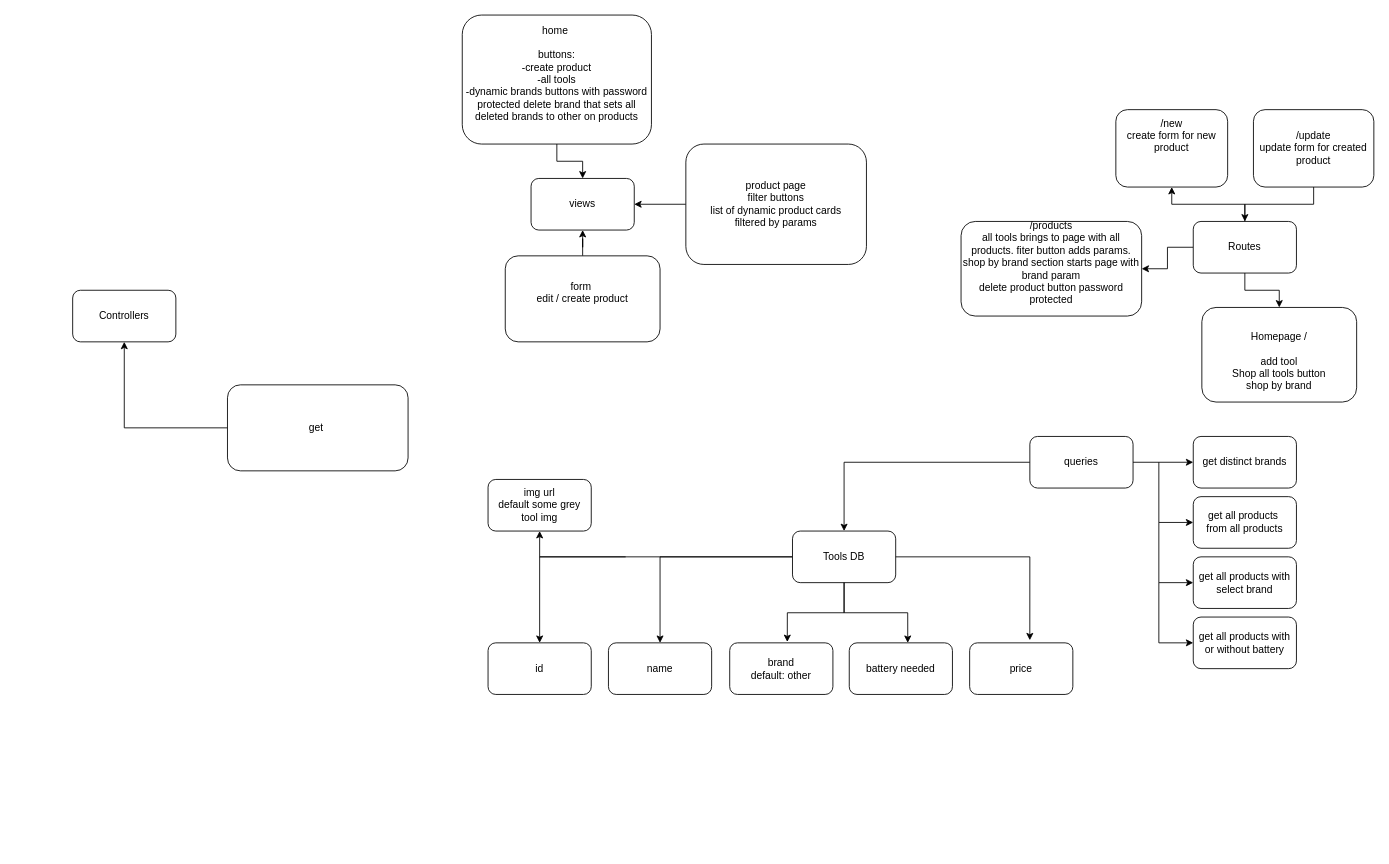
Damon-Thomas/Inventory-Application keeps this draw.io diagram as Untitled Diagram.drawio. Above is the earlier version. Source tidied: cells renumbered, new cells numbered last; positions are measured from the earlier drawing's top-left corner, leaving out a move shared by most shapes. Both pictures are drawn from the tidied source at 86%, with x=0, y=0 at pixel (72, 15).
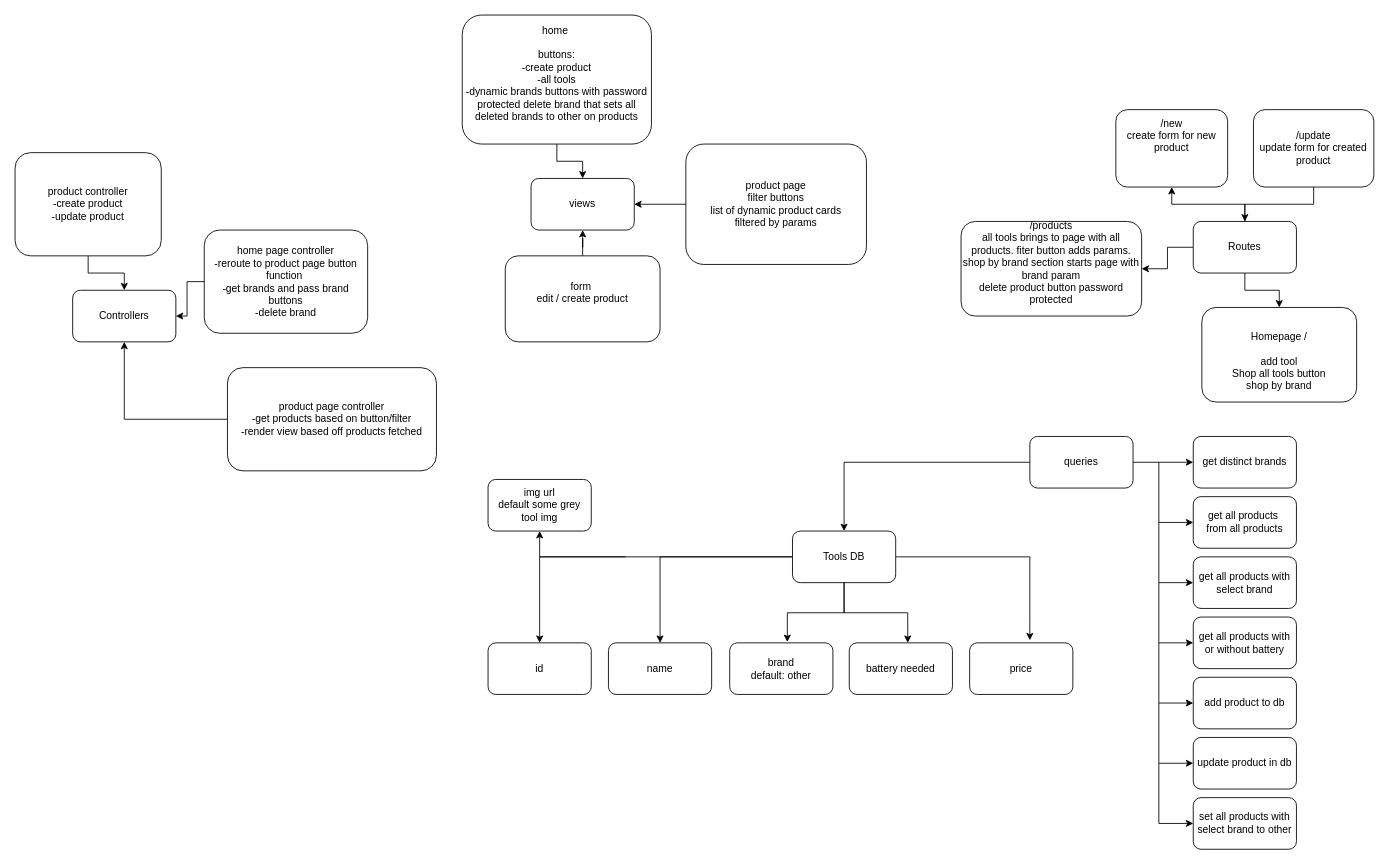
The same diagram, later.

Unchanged cells that the change refers to:
```xml
<mxCell id="29" value="Controllers" style="rounded=1;whiteSpace=wrap;html=1;" parent="1" vertex="1">
  <mxGeometry y="320" width="120" height="60" as="geometry" />
</mxCell>
```

What changed in the source:
```diff
@@
-    <mxCell id="31" value="get&amp;nbsp;" style="rounded=1;whiteSpace=wrap;html=1;" parent="1" vertex="1">
-      <mxGeometry x="180" y="430" width="210" height="100" as="geometry" />
+    <mxCell id="31" value="product page controller&lt;br&gt;-get products based on button/filter&lt;div&gt;-render view based off products fetched&lt;/div&gt;" style="rounded=1;whiteSpace=wrap;html=1;" parent="1" vertex="1">
+      <mxGeometry x="180" y="410" width="243" height="120" as="geometry" />
     </mxCell>
@@
+    <mxCell id="44" style="edgeStyle=orthogonalEdgeStyle;rounded=0;jettySize=auto;html=1;" parent="1" edge="1" source="45" target="29">
+      <mxGeometry relative="1" as="geometry" />
+    </mxCell>
+    <mxCell id="45" value="home page controller&lt;div&gt;-reroute to product page button function&amp;nbsp;&lt;div&gt;-get brands and pass brand buttons&lt;/div&gt;&lt;/div&gt;&lt;div&gt;-delete brand&lt;/div&gt;" style="rounded=1;whiteSpace=wrap;html=1;" parent="1" vertex="1">
+      <mxGeometry x="153" y="250" width="190" height="120" as="geometry" />
+    </mxCell>
+    <mxCell id="46" style="edgeStyle=orthogonalEdgeStyle;rounded=0;jettySize=auto;html=1;" parent="1" edge="1" source="47" target="29">
+      <mxGeometry relative="1" as="geometry" />
+    </mxCell>
+    <mxCell id="47" value="product controller&lt;div&gt;-create product&lt;/div&gt;&lt;div&gt;-update product&lt;/div&gt;" style="rounded=1;whiteSpace=wrap;html=1;" parent="1" vertex="1">
+      <mxGeometry x="-67" y="160" width="170" height="120" as="geometry" />
+    </mxCell>
+    <mxCell id="48" value="add product to db" style="rounded=1;whiteSpace=wrap;html=1;" parent="1" vertex="1">
+      <mxGeometry x="1303" y="770" width="120" height="60" as="geometry" />
+    </mxCell>
+    <mxCell id="49" value="update product in db" style="rounded=1;whiteSpace=wrap;html=1;" parent="1" vertex="1">
+      <mxGeometry x="1303" y="840" width="120" height="60" as="geometry" />
+    </mxCell>
+    <mxCell id="50" style="endArrow=classic;html=1;rounded=0;entryX=0;entryY=0.5;entryDx=0;entryDy=0;" parent="1" edge="1" target="49">
+      <mxGeometry relative="1" as="geometry">
+        <mxPoint x="1263" y="730" as="sourcePoint" />
+        <Array as="points">
+          <mxPoint x="1263" y="870" />
+        </Array>
+      </mxGeometry>
+    </mxCell>
+    <mxCell id="51" style="endArrow=classic;html=1;rounded=0;entryX=0;entryY=0.5;entryDx=0;entryDy=0;" parent="1" edge="1" target="48">
+      <mxGeometry relative="1" as="geometry">
+        <mxPoint x="1263" y="800" as="sourcePoint" />
+      </mxGeometry>
+    </mxCell>
+    <mxCell id="52" value="set all products with select brand to other" style="rounded=1;whiteSpace=wrap;html=1;" parent="1" vertex="1">
+      <mxGeometry x="1303" y="910" width="120" height="60" as="geometry" />
+    </mxCell>
+    <mxCell id="53" style="endArrow=classic;html=1;rounded=0;" parent="1" edge="1">
+      <mxGeometry relative="1" as="geometry">
+        <mxPoint x="1263" y="870" as="sourcePoint" />
+        <mxPoint x="1303" y="940" as="targetPoint" />
+        <Array as="points">
+          <mxPoint x="1263" y="940" />
+        </Array>
+      </mxGeometry>
+    </mxCell>
```
